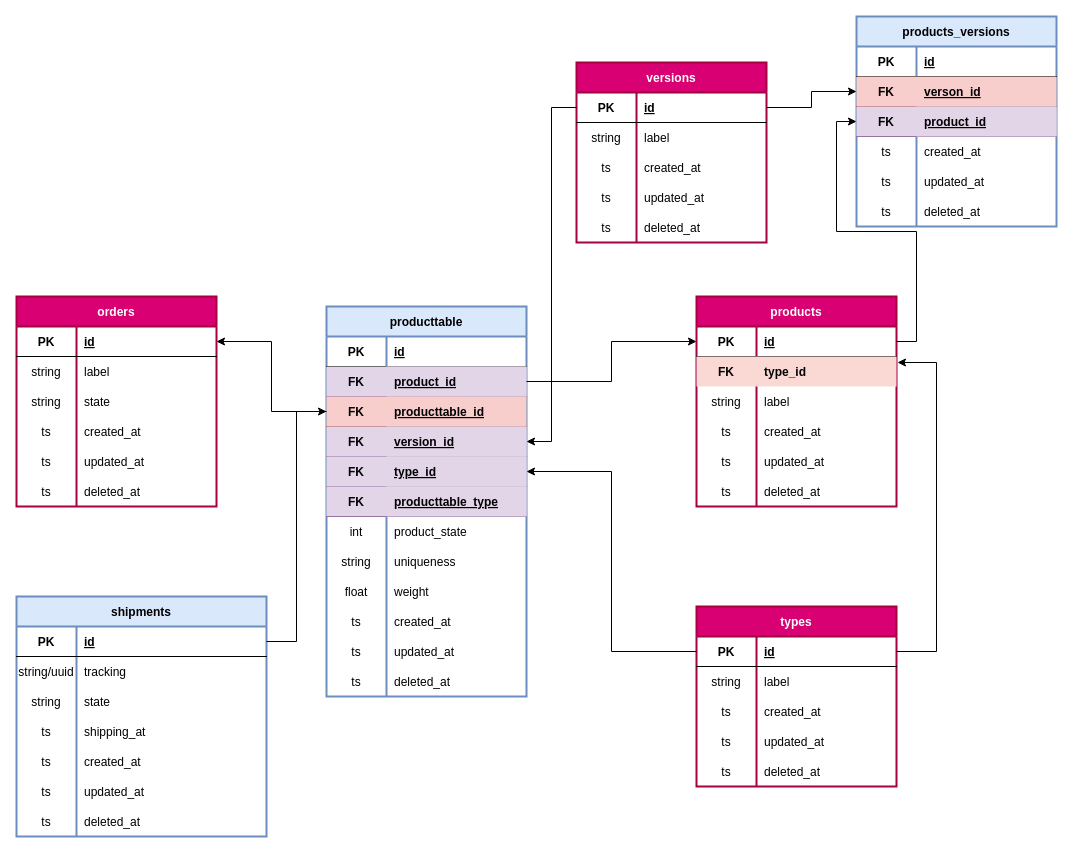
dofla077/keyprod keeps this draw.io diagram as mcd/keyprod.drawio. Above is the earlier version. Source tidied: cells renumbered, new cells numbered last; positions are measured from the earlier drawing's top-left corner, leaving out a move shared by most shapes. Both pictures are drawn from the tidied source at 100%, with x=0, y=0 at pixel (16, 16).
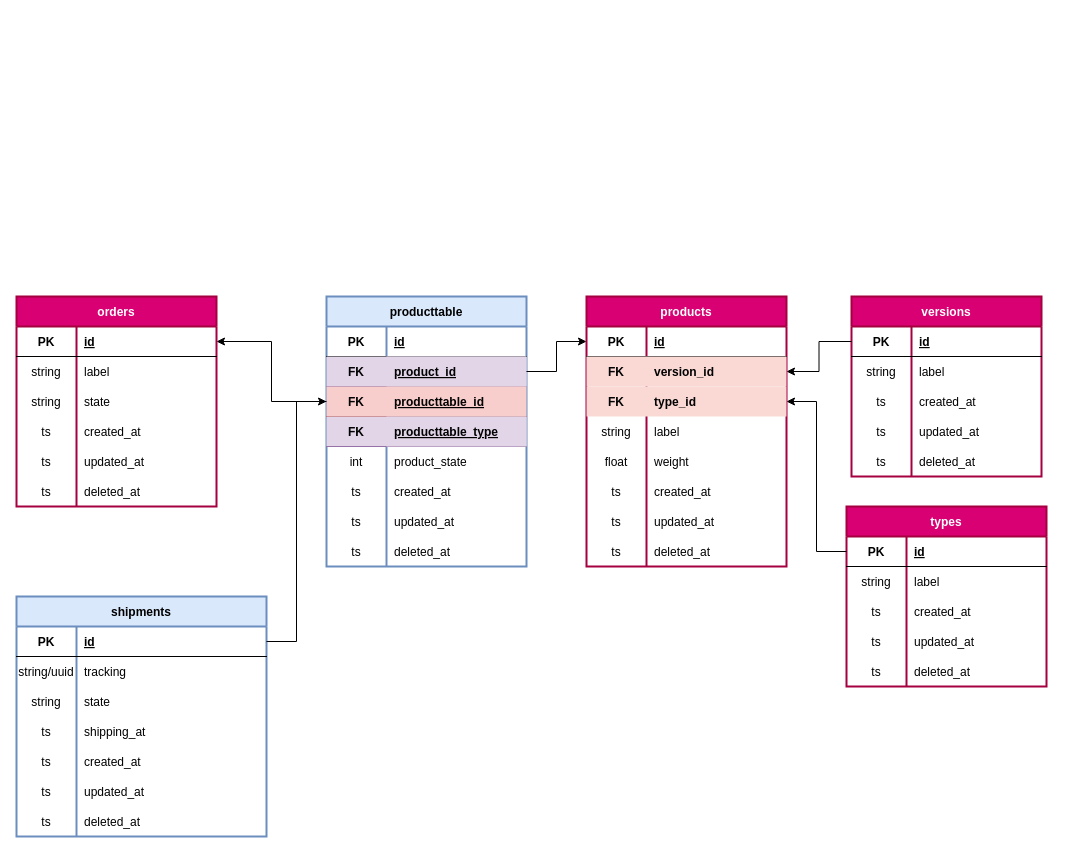
After the change.

Unchanged cells that the change refers to:
```xml
<mxCell id="3" style="shape=partialRectangle;fillColor=none;top=0;left=0;bottom=1;right=0;points=[[0,0.5],[1,0.5]];portConstraint=eastwest;" parent="2" vertex="1">
  <mxGeometry y="30" width="200" height="30" as="geometry" />
</mxCell>
<mxCell id="6" style="shape=partialRectangle;fillColor=#fad9d5;top=0;left=0;bottom=0;right=0;points=[[0,0.5],[1,0.5]];portConstraint=eastwest;strokeColor=#ae4132;" parent="2" vertex="1">
  <mxGeometry y="60" width="200" height="30" as="geometry" />
</mxCell>
<mxCell id="80" style="shape=partialRectangle;fillColor=none;top=0;left=0;bottom=1;right=0;points=[[0,0.5],[1,0.5]];portConstraint=eastwest;" parent="79" vertex="1">
  <mxGeometry y="30" width="200" height="30" as="geometry" />
</mxCell>
<mxCell id="96" style="shape=partialRectangle;fillColor=none;top=0;left=0;bottom=1;right=0;points=[[0,0.5],[1,0.5]];portConstraint=eastwest;" parent="95" vertex="1">
  <mxGeometry y="30" width="190" height="30" as="geometry" />
</mxCell>
```

Change to the diagram source:
```diff
@@
     <mxCell id="2" value="products" style="shape=table;startSize=30;childLayout=tableLayout;rowLines=0;fontStyle=1;align=center;fillColor=#d80073;strokeColor=#A50040;swimlaneFillColor=none;strokeWidth=2;fontColor=#ffffff;" parent="1" vertex="1">
-      <mxGeometry x="680" y="280" width="200" height="210" as="geometry" />
+      <mxGeometry x="570" y="280" width="200" height="270" as="geometry" />
     </mxCell>
@@
-    <mxCell id="8" value="type_id" style="shape=partialRectangle;fillColor=none;top=0;left=0;bottom=0;right=0;align=left;spacingLeft=6;overflow=hidden;fontStyle=1;" parent="6" vertex="1">
+    <mxCell id="8" value="version_id" style="shape=partialRectangle;fillColor=none;top=0;left=0;bottom=0;right=0;align=left;spacingLeft=6;overflow=hidden;fontStyle=1;" parent="6" vertex="1">
       <mxGeometry x="60" width="140" height="30" as="geometry" />
     </mxCell>
+    <mxCell id="158" style="shape=partialRectangle;fillColor=#fad9d5;top=0;left=0;bottom=0;right=0;points=[[0,0.5],[1,0.5]];portConstraint=eastwest;strokeColor=#ae4132;" parent="2" vertex="1">
+      <mxGeometry y="90" width="200" height="30" as="geometry" />
+    </mxCell>
+    <mxCell id="159" value="FK" style="shape=partialRectangle;fillColor=none;top=0;left=0;bottom=0;right=0;overflow=hidden;fontStyle=1;" parent="158" vertex="1">
+      <mxGeometry width="60" height="30" as="geometry" />
+    </mxCell>
+    <mxCell id="55" value="type_id" style="shape=partialRectangle;fillColor=none;top=0;left=0;bottom=0;right=0;align=left;spacingLeft=6;overflow=hidden;fontStyle=1;" parent="158" vertex="1">
+      <mxGeometry x="60" width="140" height="30" as="geometry" />
+    </mxCell>
     <mxCell id="9" style="shape=partialRectangle;fillColor=none;top=0;left=0;bottom=0;right=0;" parent="2" vertex="1">
-      <mxGeometry y="90" width="200" height="30" as="geometry" />
+      <mxGeometry y="120" width="200" height="30" as="geometry" />
     </mxCell>
@@
+    <mxCell id="124" style="shape=partialRectangle;fillColor=none;top=0;left=0;bottom=0;right=0;" parent="2" vertex="1">
+      <mxGeometry y="150" width="200" height="30" as="geometry" />
+    </mxCell>
+    <mxCell id="66" value="float" style="shape=partialRectangle;fillColor=none;top=0;left=0;bottom=0;right=0;overflow=hidden;" parent="124" vertex="1">
+      <mxGeometry width="60" height="30" as="geometry" />
+    </mxCell>
+    <mxCell id="67" value="weight" style="shape=partialRectangle;fillColor=none;top=0;left=0;bottom=0;right=0;align=left;spacingLeft=6;overflow=hidden;" parent="124" vertex="1">
+      <mxGeometry x="60" width="140" height="30" as="geometry" />
+    </mxCell>
     <mxCell id="12" style="shape=partialRectangle;fillColor=none;top=0;left=0;bottom=0;right=0;" parent="2" vertex="1">
-      <mxGeometry y="120" width="200" height="30" as="geometry" />
+      <mxGeometry y="180" width="200" height="30" as="geometry" />
     </mxCell>
@@
     <mxCell id="15" style="shape=partialRectangle;fillColor=none;top=0;left=0;bottom=0;right=0;" parent="2" vertex="1">
-      <mxGeometry y="150" width="200" height="30" as="geometry" />
+      <mxGeometry y="210" width="200" height="30" as="geometry" />
     </mxCell>
@@
     <mxCell id="18" style="shape=partialRectangle;fillColor=none;top=0;left=0;bottom=0;right=0;" parent="2" vertex="1">
-      <mxGeometry y="180" width="200" height="30" as="geometry" />
+      <mxGeometry y="240" width="200" height="30" as="geometry" />
     </mxCell>
@@
     <mxCell id="40" value="producttable" style="shape=table;startSize=30;childLayout=tableLayout;rowLines=0;fontStyle=1;align=center;fillColor=#dae8fc;strokeColor=#6c8ebf;swimlaneFillColor=none;strokeWidth=2;fontColor=default;" parent="1" vertex="1">
-      <mxGeometry x="310" y="290" width="200" height="390" as="geometry" />
+      <mxGeometry x="310" y="280" width="200" height="270" as="geometry" />
     </mxCell>
@@
-    <mxCell id="50" style="shape=partialRectangle;fillColor=#e1d5e7;top=0;left=0;bottom=1;right=0;points=[[0,0.5],[1,0.5]];portConstraint=eastwest;strokeColor=#9673a6;fontColor=default;" parent="40" vertex="1">
-      <mxGeometry y="120" width="200" height="30" as="geometry" />
-    </mxCell>
-    <mxCell id="51" value="FK" style="shape=partialRectangle;fillColor=none;top=0;left=0;bottom=0;right=0;fontStyle=1;overflow=hidden;" parent="50" vertex="1">
-      <mxGeometry width="60" height="30" as="geometry" />
-    </mxCell>
-    <mxCell id="52" value="version_id" style="shape=partialRectangle;fillColor=#e1d5e7;top=0;left=0;bottom=0;right=0;align=left;spacingLeft=6;fontStyle=5;overflow=hidden;strokeColor=#9673a6;fontColor=default;" parent="50" vertex="1">
-      <mxGeometry x="60" width="140" height="30" as="geometry" />
-    </mxCell>
-    <mxCell id="53" style="shape=partialRectangle;fillColor=#e1d5e7;top=0;left=0;bottom=1;right=0;points=[[0,0.5],[1,0.5]];portConstraint=eastwest;strokeColor=#9673a6;fontColor=default;" parent="40" vertex="1">
-      <mxGeometry y="150" width="200" height="30" as="geometry" />
-    </mxCell>
-    <mxCell id="54" value="FK" style="shape=partialRectangle;fillColor=none;top=0;left=0;bottom=0;right=0;fontStyle=1;overflow=hidden;" parent="53" vertex="1">
-      <mxGeometry width="60" height="30" as="geometry" />
-    </mxCell>
-    <mxCell id="55" value="type_id" style="shape=partialRectangle;fillColor=#e1d5e7;top=0;left=0;bottom=0;right=0;align=left;spacingLeft=6;fontStyle=5;overflow=hidden;strokeColor=#9673a6;fontColor=default;" parent="53" vertex="1">
-      <mxGeometry x="60" width="140" height="30" as="geometry" />
-    </mxCell>
     <mxCell id="56" style="shape=partialRectangle;fillColor=#e1d5e7;top=0;left=0;bottom=1;right=0;strokeColor=#9673a6;fontColor=default;" parent="40" vertex="1">
-      <mxGeometry y="180" width="200" height="30" as="geometry" />
+      <mxGeometry y="120" width="200" height="30" as="geometry" />
     </mxCell>
@@
     <mxCell id="59" style="shape=partialRectangle;fillColor=none;top=0;left=0;bottom=0;right=0;" parent="40" vertex="1">
-      <mxGeometry y="210" width="200" height="30" as="geometry" />
+      <mxGeometry y="150" width="200" height="30" as="geometry" />
     </mxCell>
@@
-    <mxCell id="62" style="shape=partialRectangle;fillColor=none;top=0;left=0;bottom=0;right=0;" parent="40" vertex="1">
-      <mxGeometry y="240" width="200" height="30" as="geometry" />
-    </mxCell>
-    <mxCell id="63" value="string" style="shape=partialRectangle;fillColor=none;top=0;left=0;bottom=0;right=0;overflow=hidden;" parent="62" vertex="1">
-      <mxGeometry width="60" height="30" as="geometry" />
-    </mxCell>
-    <mxCell id="64" value="uniqueness" style="shape=partialRectangle;fillColor=none;top=0;left=0;bottom=0;right=0;align=left;spacingLeft=6;overflow=hidden;" parent="62" vertex="1">
-      <mxGeometry x="60" width="140" height="30" as="geometry" />
-    </mxCell>
-    <mxCell id="65" style="shape=partialRectangle;fillColor=none;top=0;left=0;bottom=0;right=0;" parent="40" vertex="1">
-      <mxGeometry y="270" width="200" height="30" as="geometry" />
-    </mxCell>
-    <mxCell id="66" value="float" style="shape=partialRectangle;fillColor=none;top=0;left=0;bottom=0;right=0;overflow=hidden;" parent="65" vertex="1">
-      <mxGeometry width="60" height="30" as="geometry" />
-    </mxCell>
-    <mxCell id="67" value="weight" style="shape=partialRectangle;fillColor=none;top=0;left=0;bottom=0;right=0;align=left;spacingLeft=6;overflow=hidden;" parent="65" vertex="1">
-      <mxGeometry x="60" width="140" height="30" as="geometry" />
-    </mxCell>
     <mxCell id="68" style="shape=partialRectangle;fillColor=none;top=0;left=0;bottom=0;right=0;" parent="40" vertex="1">
-      <mxGeometry y="300" width="200" height="30" as="geometry" />
+      <mxGeometry y="180" width="200" height="30" as="geometry" />
     </mxCell>
@@
     <mxCell id="71" style="shape=partialRectangle;fillColor=none;top=0;left=0;bottom=0;right=0;" parent="40" vertex="1">
-      <mxGeometry y="330" width="200" height="30" as="geometry" />
+      <mxGeometry y="210" width="200" height="30" as="geometry" />
     </mxCell>
@@
     <mxCell id="74" style="shape=partialRectangle;fillColor=none;top=0;left=0;bottom=0;right=0;" parent="40" vertex="1">
-      <mxGeometry y="360" width="200" height="30" as="geometry" />
+      <mxGeometry y="240" width="200" height="30" as="geometry" />
     </mxCell>
@@
     <mxCell id="79" value="types" style="shape=table;startSize=30;childLayout=tableLayout;rowLines=0;fontStyle=1;align=center;fillColor=#d80073;strokeColor=#A50040;swimlaneFillColor=none;strokeWidth=2;fontColor=#ffffff;" parent="1" vertex="1">
-      <mxGeometry x="680" y="590" width="200" height="180" as="geometry" />
+      <mxGeometry x="830" y="490" width="200" height="180" as="geometry" />
     </mxCell>
@@
     <mxCell id="95" value="versions" style="shape=table;startSize=30;childLayout=tableLayout;rowLines=0;fontStyle=1;align=center;fillColor=#d80073;strokeColor=#A50040;swimlaneFillColor=none;strokeWidth=2;fontColor=#ffffff;" parent="1" vertex="1">
-      <mxGeometry x="560" y="46" width="190" height="180" as="geometry" />
+      <mxGeometry x="835" y="280" width="190" height="180" as="geometry" />
     </mxCell>
@@
-    <mxCell id="111" value="products_versions" style="shape=table;startSize=30;childLayout=tableLayout;rowLines=0;fontStyle=1;align=center;fillColor=#dae8fc;strokeColor=#6c8ebf;swimlaneFillColor=none;strokeWidth=2;fontColor=default;" parent="1" vertex="1">
-      <mxGeometry x="840" width="200" height="210" as="geometry" />
-    </mxCell>
-    <mxCell id="112" style="shape=partialRectangle;fillColor=none;top=0;left=0;bottom=1;right=0;" parent="111" vertex="1">
-      <mxGeometry y="30" width="200" height="30" as="geometry" />
-    </mxCell>
-    <mxCell id="113" value="PK" style="shape=partialRectangle;fillColor=none;top=0;left=0;bottom=0;right=0;fontStyle=1;overflow=hidden;" parent="112" vertex="1">
-      <mxGeometry width="60" height="30" as="geometry" />
-    </mxCell>
-    <mxCell id="114" value="id" style="shape=partialRectangle;fillColor=none;top=0;left=0;bottom=0;right=0;align=left;spacingLeft=6;fontStyle=5;overflow=hidden;" parent="112" vertex="1">
-      <mxGeometry x="60" width="140" height="30" as="geometry" />
-    </mxCell>
-    <mxCell id="115" style="shape=partialRectangle;fillColor=#f8cecc;top=0;left=0;bottom=1;right=0;points=[[0,0.5],[1,0.5]];portConstraint=eastwest;strokeColor=#b85450;fontColor=default;" parent="111" vertex="1">
-      <mxGeometry y="60" width="200" height="30" as="geometry" />
-    </mxCell>
-    <mxCell id="116" value="FK" style="shape=partialRectangle;fillColor=none;top=0;left=0;bottom=0;right=0;fontStyle=1;overflow=hidden;" parent="115" vertex="1">
-      <mxGeometry width="60" height="30" as="geometry" />
-    </mxCell>
-    <mxCell id="117" value="verson_id" style="shape=partialRectangle;fillColor=none;top=0;left=0;bottom=0;right=0;align=left;spacingLeft=6;fontStyle=5;overflow=hidden;fontColor=default;" parent="115" vertex="1">
-      <mxGeometry x="60" width="140" height="30" as="geometry" />
-    </mxCell>
-    <mxCell id="118" style="shape=partialRectangle;fillColor=#e1d5e7;top=0;left=0;bottom=1;right=0;points=[[0,0.5],[1,0.5]];portConstraint=eastwest;strokeColor=#9673a6;fontColor=default;" parent="111" vertex="1">
-      <mxGeometry y="90" width="200" height="30" as="geometry" />
-    </mxCell>
-    <mxCell id="119" value="FK" style="shape=partialRectangle;fillColor=none;top=0;left=0;bottom=0;right=0;fontStyle=1;overflow=hidden;" parent="118" vertex="1">
-      <mxGeometry width="60" height="30" as="geometry" />
-    </mxCell>
-    <mxCell id="120" value="product_id" style="shape=partialRectangle;fillColor=#e1d5e7;top=0;left=0;bottom=0;right=0;align=left;spacingLeft=6;fontStyle=5;overflow=hidden;strokeColor=#9673a6;fontColor=default;" parent="118" vertex="1">
-      <mxGeometry x="60" width="140" height="30" as="geometry" />
-    </mxCell>
-    <mxCell id="121" style="shape=partialRectangle;fillColor=none;top=0;left=0;bottom=0;right=0;" parent="111" vertex="1">
-      <mxGeometry y="120" width="200" height="30" as="geometry" />
-    </mxCell>
-    <mxCell id="122" value="ts" style="shape=partialRectangle;fillColor=none;top=0;left=0;bottom=0;right=0;overflow=hidden;" parent="121" vertex="1">
-      <mxGeometry width="60" height="30" as="geometry" />
-    </mxCell>
-    <mxCell id="123" value="created_at" style="shape=partialRectangle;fillColor=none;top=0;left=0;bottom=0;right=0;align=left;spacingLeft=6;overflow=hidden;" parent="121" vertex="1">
-      <mxGeometry x="60" width="140" height="30" as="geometry" />
-    </mxCell>
-    <mxCell id="124" style="shape=partialRectangle;fillColor=none;top=0;left=0;bottom=0;right=0;" parent="111" vertex="1">
-      <mxGeometry y="150" width="200" height="30" as="geometry" />
-    </mxCell>
-    <mxCell id="125" value="ts" style="shape=partialRectangle;fillColor=none;top=0;left=0;bottom=0;right=0;overflow=hidden;" parent="124" vertex="1">
-      <mxGeometry width="60" height="30" as="geometry" />
-    </mxCell>
-    <mxCell id="126" value="updated_at" style="shape=partialRectangle;fillColor=none;top=0;left=0;bottom=0;right=0;align=left;spacingLeft=6;overflow=hidden;" parent="124" vertex="1">
-      <mxGeometry x="60" width="140" height="30" as="geometry" />
-    </mxCell>
-    <mxCell id="127" style="shape=partialRectangle;fillColor=none;top=0;left=0;bottom=0;right=0;" parent="111" vertex="1">
-      <mxGeometry y="180" width="200" height="30" as="geometry" />
-    </mxCell>
-    <mxCell id="128" value="ts" style="shape=partialRectangle;fillColor=none;top=0;left=0;bottom=0;right=0;overflow=hidden;" parent="127" vertex="1">
-      <mxGeometry width="60" height="30" as="geometry" />
-    </mxCell>
-    <mxCell id="129" value="deleted_at" style="shape=partialRectangle;fillColor=none;top=0;left=0;bottom=0;right=0;align=left;spacingLeft=6;overflow=hidden;" parent="127" vertex="1">
-      <mxGeometry x="60" width="140" height="30" as="geometry" />
-    </mxCell>
@@
-    <mxCell id="152" style="edgeStyle=orthogonalEdgeStyle;rounded=0;jettySize=auto;html=1;" parent="1" edge="1" source="96" target="115">
-      <mxGeometry relative="1" as="geometry" />
-    </mxCell>
-    <mxCell id="153" style="edgeStyle=orthogonalEdgeStyle;rounded=0;jettySize=auto;html=1;" parent="1" edge="1" source="80" target="53">
-      <mxGeometry relative="1" as="geometry" />
-    </mxCell>
-    <mxCell id="154" style="edgeStyle=orthogonalEdgeStyle;rounded=0;jettySize=auto;html=1;entryX=1;entryY=0.5;entryDx=0;entryDy=0;" parent="1" edge="1" source="96" target="50">
-      <mxGeometry relative="1" as="geometry" />
-    </mxCell>
-    <mxCell id="155" style="edgeStyle=orthogonalEdgeStyle;rounded=0;jettySize=auto;html=1;" parent="1" edge="1" source="3" target="118">
-      <mxGeometry relative="1" as="geometry" />
-    </mxCell>
-    <mxCell id="156" style="edgeStyle=orthogonalEdgeStyle;rounded=0;jettySize=auto;html=1;entryX=1.005;entryY=0.2;entryDx=0;entryDy=0;entryPerimeter=0;" parent="1" edge="1" source="80" target="6">
-      <mxGeometry relative="1" as="geometry">
-        <Array as="points">
-          <mxPoint x="920" y="635" />
-          <mxPoint x="920" y="346" />
-        </Array>
-      </mxGeometry>
-    </mxCell>
@@
+    <mxCell id="160" style="edgeStyle=orthogonalEdgeStyle;rounded=0;jettySize=auto;html=1;entryX=1;entryY=0.5;entryDx=0;entryDy=0;" parent="1" edge="1" source="96" target="6">
+      <mxGeometry relative="1" as="geometry" />
+    </mxCell>
+    <mxCell id="161" style="edgeStyle=orthogonalEdgeStyle;rounded=0;jettySize=auto;html=1;entryX=1;entryY=0.5;entryDx=0;entryDy=0;" parent="1" edge="1" source="80" target="158">
+      <mxGeometry relative="1" as="geometry" />
+    </mxCell>
```
